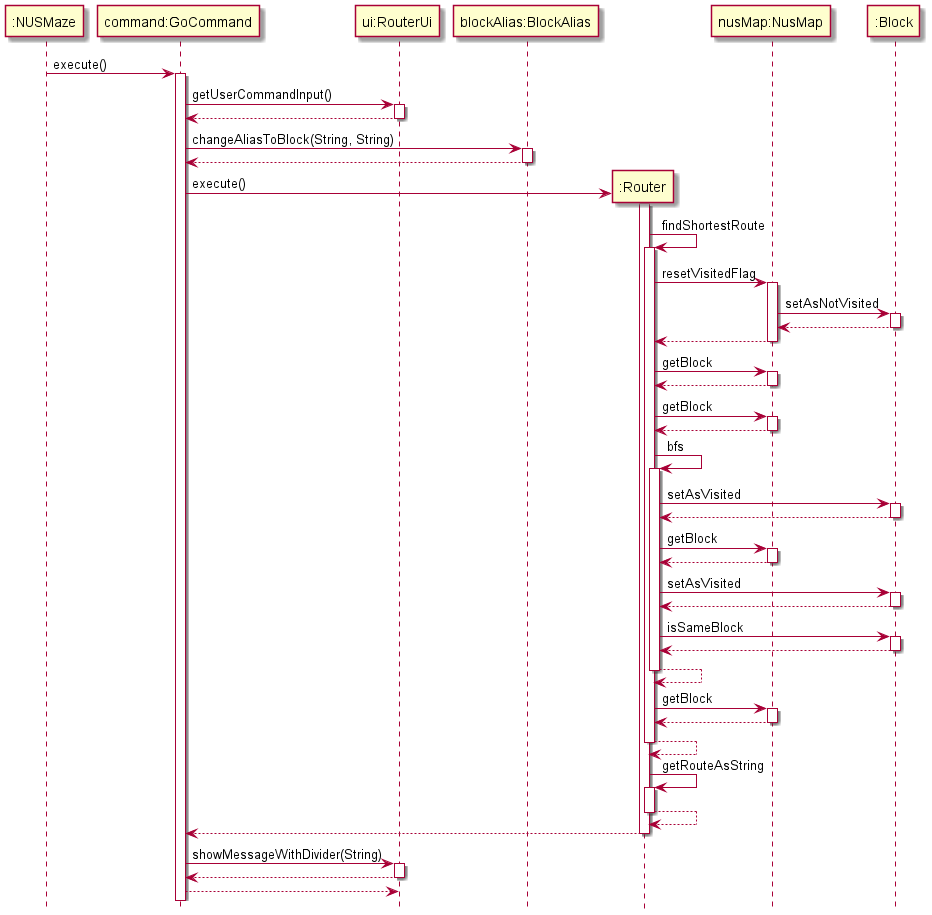
Before: docs/images/routersequencediagram.png, a diagram exported from PlantUML (nus-cs2113-AY2021S2/tp).
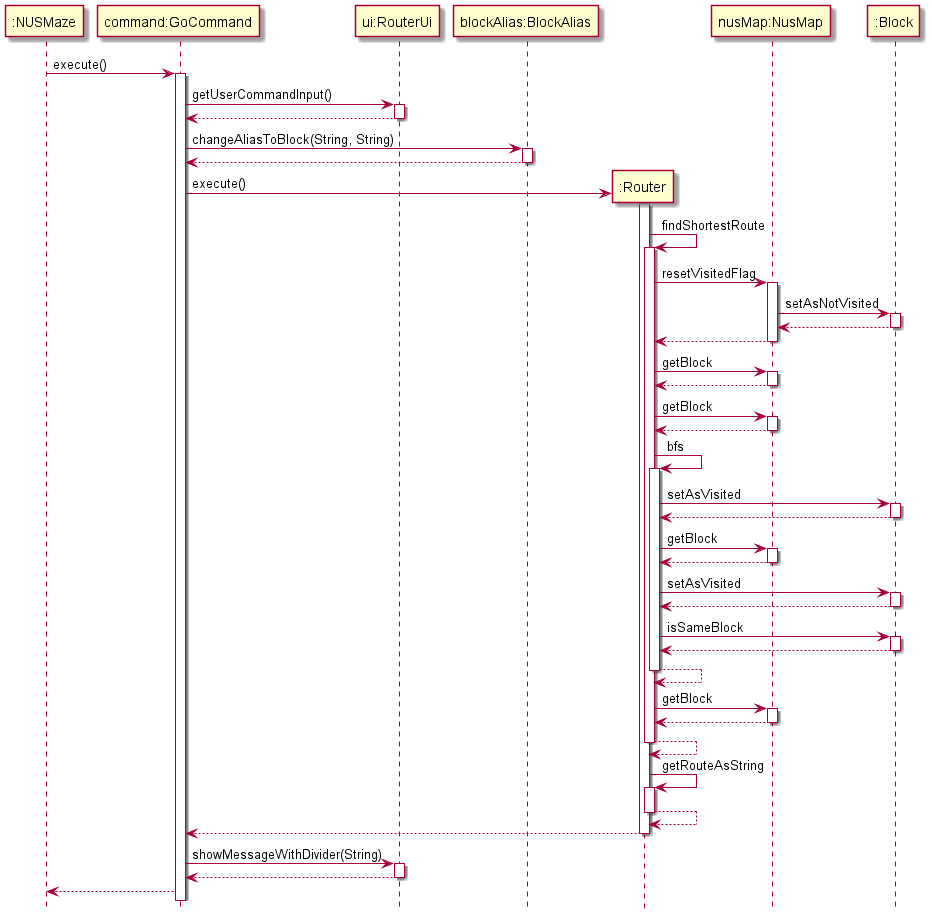
The same file after the commit.

Commit message:
edited help command fixed uml diagram

Change to the diagram source:
```diff
@@ -70,5 +70,5 @@
 "command:GoCommand" -> "ui:RouterUi": showMessageWithDivider(String)
 activate "ui:RouterUi"
 return
-return
+ "command:GoCommand" --> ":NUSMaze"
 @enduml
```
